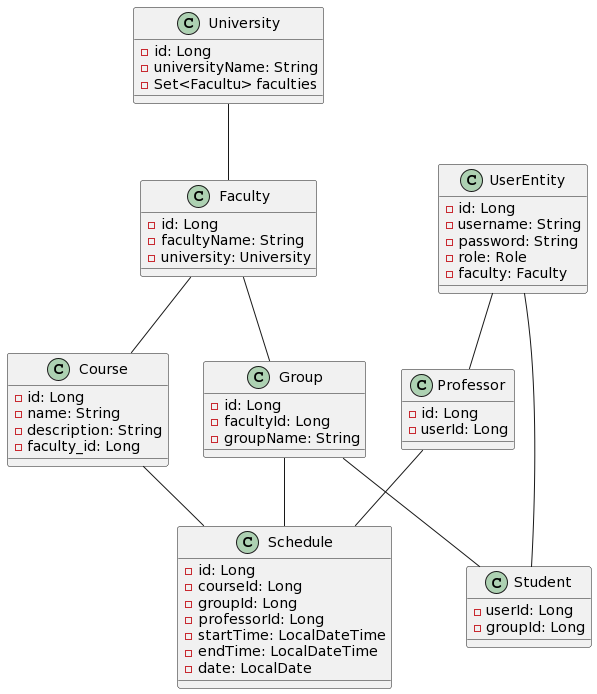
The PlantUML diagram diagram.png in d-svol/university-cms, before a commit.
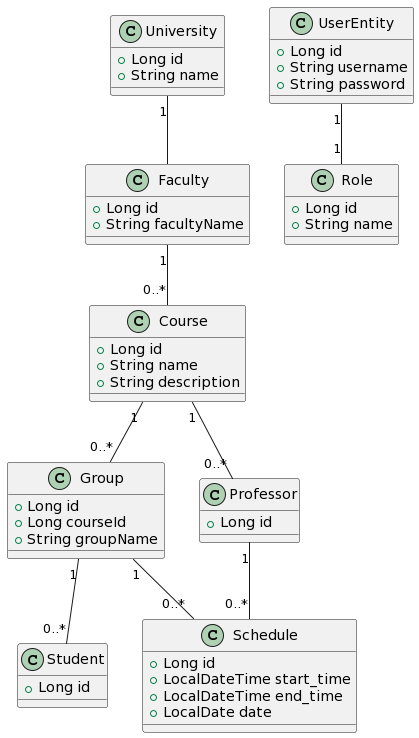
The same file after the commit.

Change to the diagram source:
```diff
@@ -1,64 +1,58 @@
 @startuml
 class University {
-    - id: Long
-    - universityName: String
-    - Set<Facultu> faculties
+  + Long id
+  + String name
 }
 
 class Faculty {
-    - id: Long
-    - facultyName: String
-    - university: University
+  + Long id
+  + String facultyName
 }
 
 class Course {
-    - id: Long
-    - name: String
-    - description: String
-    - faculty_id: Long
+  + Long id
+  + String name
+  + String description
 }
 
 class Group {
-    - id: Long
-    - facultyId: Long
-    - groupName: String
+  + Long id
+  + Long courseId
+  + String groupName
+}
+
+class Role {
+  + Long id
+  + String name
 }
 
 class UserEntity {
-    - id: Long
-    - username: String
-    - password: String
-    - role: Role
-    - faculty: Faculty
+  + Long id
+  + String username
+  + String password
 }
 
 class Student {
-    - userId: Long
-    - groupId: Long
+  + Long id
 }
 
 class Professor {
-    - id: Long
-    - userId: Long
+  + Long id
 }
 
 class Schedule {
-    - id: Long
-    - courseId: Long
-    - groupId: Long
-    - professorId: Long
-    - startTime: LocalDateTime
-    - endTime: LocalDateTime
-    - date: LocalDate
+  + Long id
+  + LocalDateTime start_time
+  + LocalDateTime end_time
+  + LocalDate date
 }
 
-University --  Faculty
-Faculty  --  Course
-Faculty  --  Group
-UserEntity  --  Student
-UserEntity  --  Professor
-Group  --  Student
-Professor  --  Schedule
-Course  --  Schedule
-Group --  Schedule
+University "1" --  Faculty
+Faculty "1" -- "0..*" Course
+Course "1" -- "0..*" Group
+UserEntity "1" -- "1" Role
+Group "1" -- "0..*" Student
+Course "1" -- "0..*" Professor
+Group "1" -- "0..*" Schedule
+Professor "1" -- "0..*" Schedule
 @enduml
```
